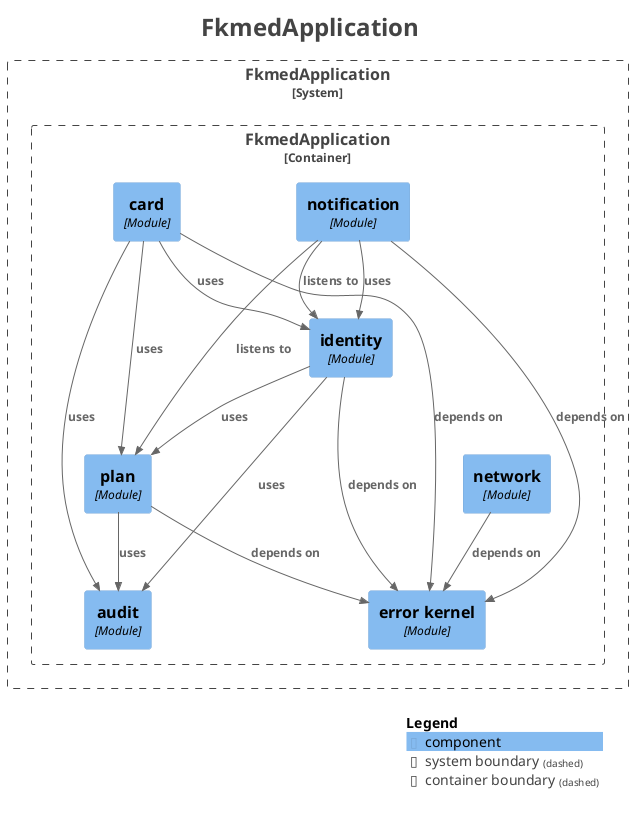
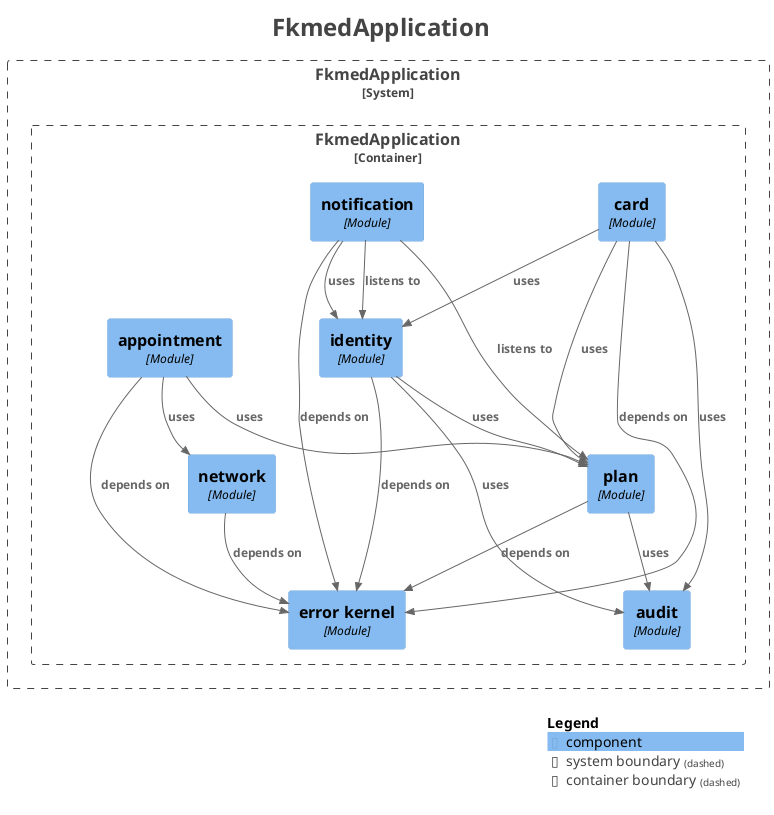
@startuml
title <size:24>FkmedApplication</size>

set separator none
top to bottom direction

<style>
  root {
    BackgroundColor: #ffffff
    FontColor: #444444
  }
</style>

!include <C4/C4>
!include <C4/C4_Context>
!include <C4/C4_Component>

System_Boundary("FkmedApplication_boundary", "FkmedApplication", $tags="") {
  Container_Boundary("FkmedApplication.FkmedApplication_boundary", "FkmedApplication", $tags="") {
+     Component(FkmedApplication.FkmedApplication.card, "card", $techn="Module", $descr="", $tags="", $link="")
    Component(FkmedApplication.FkmedApplication.notification, "notification", $techn="Module", $descr="", $tags="", $link="")
    Component(FkmedApplication.FkmedApplication.audit, "audit", $techn="Module", $descr="", $tags="", $link="")
    Component(FkmedApplication.FkmedApplication.errorkernel, "error kernel", $techn="Module", $descr="", $tags="", $link="")
    Component(FkmedApplication.FkmedApplication.network, "network", $techn="Module", $descr="", $tags="", $link="")
    Component(FkmedApplication.FkmedApplication.plan, "plan", $techn="Module", $descr="", $tags="", $link="")
+     Component(FkmedApplication.FkmedApplication.appointment, "appointment", $techn="Module", $descr="", $tags="", $link="")
    Component(FkmedApplication.FkmedApplication.identity, "identity", $techn="Module", $descr="", $tags="", $link="")
-     Component(FkmedApplication.FkmedApplication.card, "card", $techn="Module", $descr="", $tags="", $link="")
  }

}

+ Rel(FkmedApplication.FkmedApplication.appointment, FkmedApplication.FkmedApplication.errorkernel, "depends on", $techn="", $tags="", $link="")
+ Rel(FkmedApplication.FkmedApplication.appointment, FkmedApplication.FkmedApplication.network, "uses", $techn="", $tags="", $link="")
+ Rel(FkmedApplication.FkmedApplication.appointment, FkmedApplication.FkmedApplication.plan, "uses", $techn="", $tags="", $link="")
Rel(FkmedApplication.FkmedApplication.card, FkmedApplication.FkmedApplication.audit, "uses", $techn="", $tags="", $link="")
Rel(FkmedApplication.FkmedApplication.card, FkmedApplication.FkmedApplication.errorkernel, "depends on", $techn="", $tags="", $link="")
Rel(FkmedApplication.FkmedApplication.card, FkmedApplication.FkmedApplication.identity, "uses", $techn="", $tags="", $link="")
Rel(FkmedApplication.FkmedApplication.card, FkmedApplication.FkmedApplication.plan, "uses", $techn="", $tags="", $link="")
Rel(FkmedApplication.FkmedApplication.identity, FkmedApplication.FkmedApplication.audit, "uses", $techn="", $tags="", $link="")
Rel(FkmedApplication.FkmedApplication.identity, FkmedApplication.FkmedApplication.errorkernel, "depends on", $techn="", $tags="", $link="")
Rel(FkmedApplication.FkmedApplication.identity, FkmedApplication.FkmedApplication.plan, "uses", $techn="", $tags="", $link="")
Rel(FkmedApplication.FkmedApplication.network, FkmedApplication.FkmedApplication.errorkernel, "depends on", $techn="", $tags="", $link="")
Rel(FkmedApplication.FkmedApplication.notification, FkmedApplication.FkmedApplication.errorkernel, "depends on", $techn="", $tags="", $link="")
Rel(FkmedApplication.FkmedApplication.notification, FkmedApplication.FkmedApplication.identity, "listens to", $techn="", $tags="", $link="")
Rel(FkmedApplication.FkmedApplication.notification, FkmedApplication.FkmedApplication.identity, "uses", $techn="", $tags="", $link="")
Rel(FkmedApplication.FkmedApplication.notification, FkmedApplication.FkmedApplication.plan, "listens to", $techn="", $tags="", $link="")
Rel(FkmedApplication.FkmedApplication.plan, FkmedApplication.FkmedApplication.audit, "uses", $techn="", $tags="", $link="")
Rel(FkmedApplication.FkmedApplication.plan, FkmedApplication.FkmedApplication.errorkernel, "depends on", $techn="", $tags="", $link="")

SHOW_LEGEND(true)
hide stereotypes
@enduml